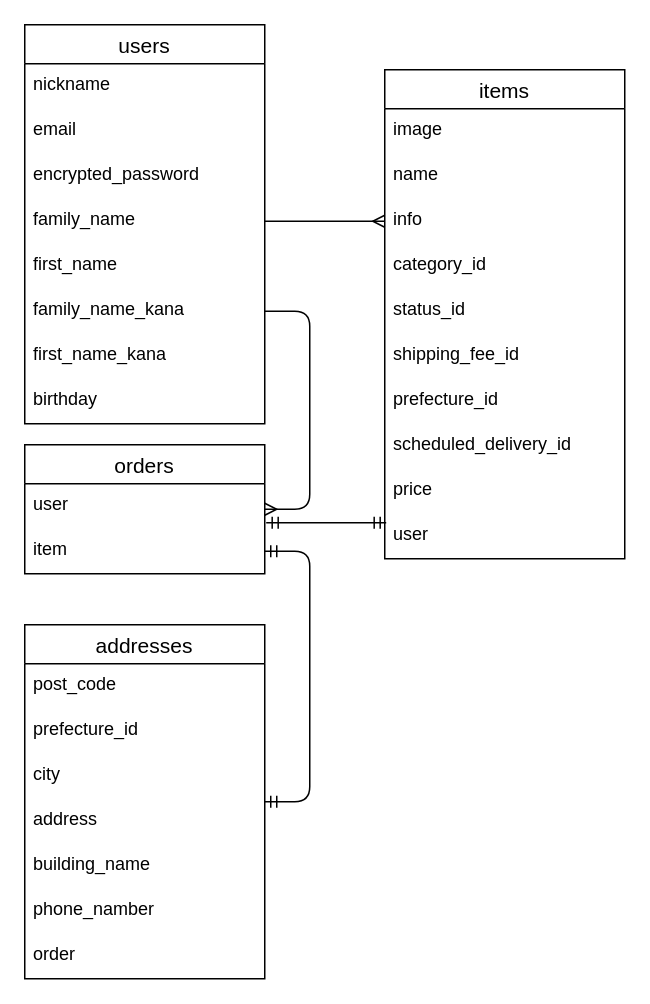
pipipik/furima-32873 keeps this draw.io diagram as test.dio. Above is the earlier version. Source tidied: cells renumbered, new cells numbered last; positions are measured from the earlier drawing's top-left corner, leaving out a move shared by most shapes. Both pictures are drawn from the tidied source at 150%, with x=0, y=0 at pixel (24, 24).
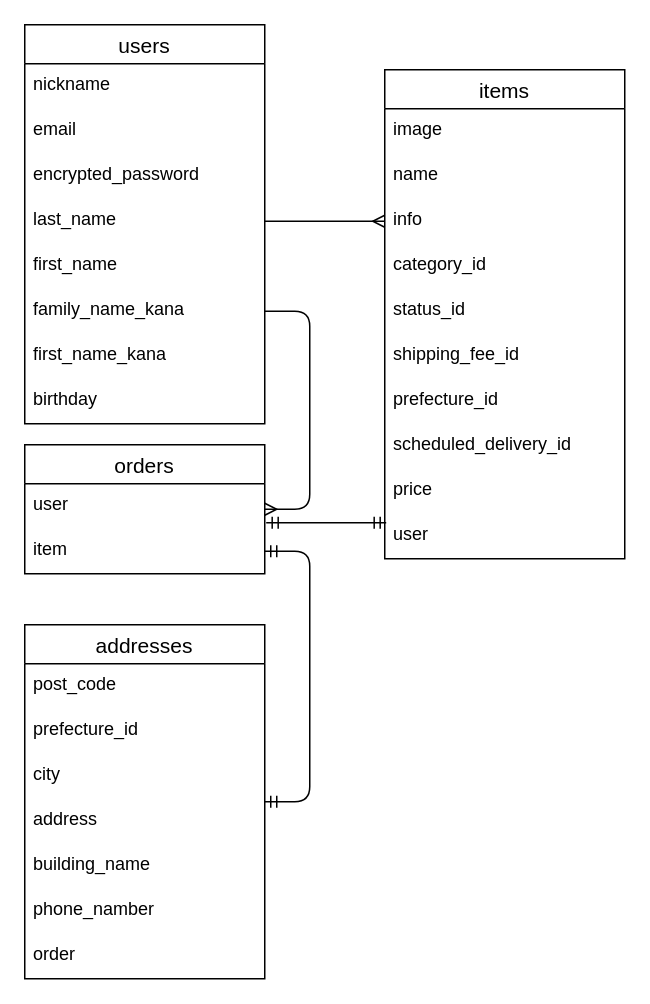
Above is the later version.

Commit message (it also covers changes not shown here):
カラム名修正

The change refers to these unchanged cells:
```xml
<mxCell id="2" value="users" style="swimlane;fontStyle=0;horizontal=1;startSize=26;align=center;fontSize=14;" parent="1" vertex="1">
  <mxGeometry width="160" height="266" as="geometry" />
</mxCell>
```

Change to the diagram source:
```diff
@@
-    <mxCell id="6" value="family_name" style="text;strokeColor=none;fillColor=none;spacingLeft=4;spacingRight=4;overflow=hidden;points=[[0,0.5],[1,0.5]];portConstraint=eastwest;fontSize=12;" parent="2" vertex="1">
+    <mxCell id="6" value="last_name" style="text;strokeColor=none;fillColor=none;spacingLeft=4;spacingRight=4;overflow=hidden;points=[[0,0.5],[1,0.5]];portConstraint=eastwest;fontSize=12;" parent="2" vertex="1">
       <mxGeometry y="116" width="160" height="30" as="geometry" />
     </mxCell>
```
